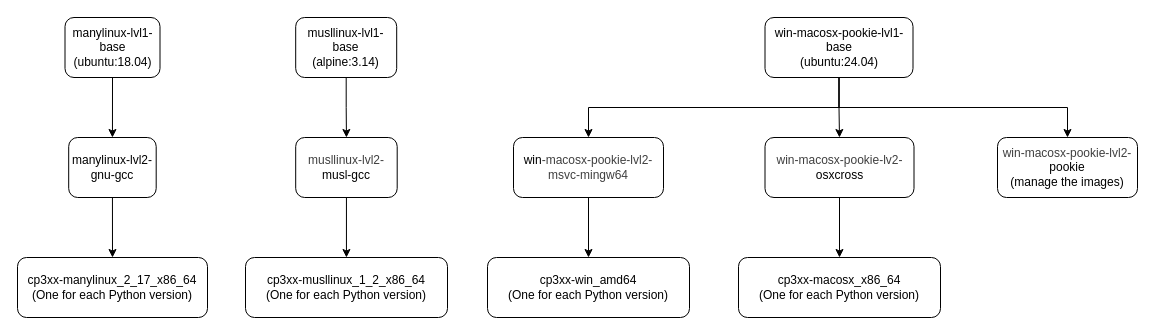
This is Docker layer graph.drawio from andreslilloortiz/pookie, a draw.io file, before an edit. Source tidied: cells renumbered, new cells numbered last; positions are measured from the earlier drawing's top-left corner, leaving out a move shared by most shapes. Both pictures are drawn from the tidied source at 100%, with x=0, y=0 at pixel (17, 17).
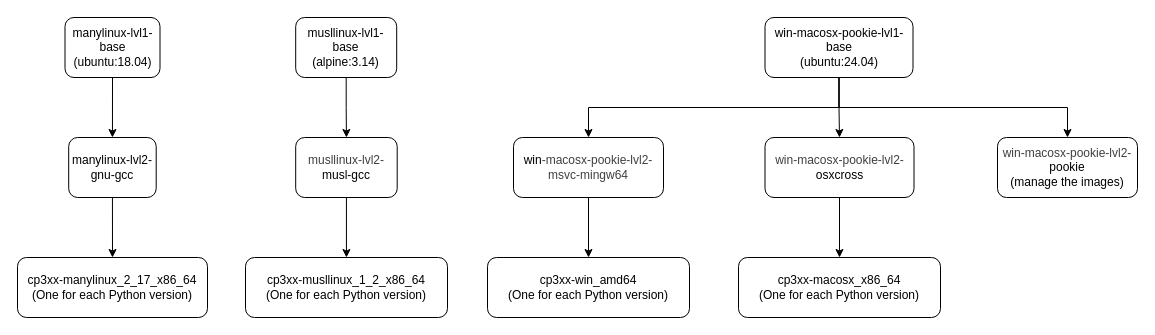
The same page after the edit.

Commit message (it also covers changes not shown here):
osxcross layer

Diff of the diagram source:
```diff
@@
-    <mxCell id="21" value="&lt;font&gt;&lt;span style=&quot;color: rgb(63, 63, 63);&quot;&gt;win-macosx-pookie-lv2-&lt;/span&gt;osxcross&lt;/font&gt;" style="rounded=1;whiteSpace=wrap;html=1;" parent="1" vertex="1">
+    <mxCell id="21" value="&lt;font&gt;&lt;span style=&quot;color: rgb(63, 63, 63);&quot;&gt;win-macosx-pookie-lvl2-&lt;/span&gt;osxcross&lt;/font&gt;" style="rounded=1;whiteSpace=wrap;html=1;" parent="1" vertex="1">
       <mxGeometry x="747.5" y="120" width="149" height="60" as="geometry" />
     </mxCell>
```
